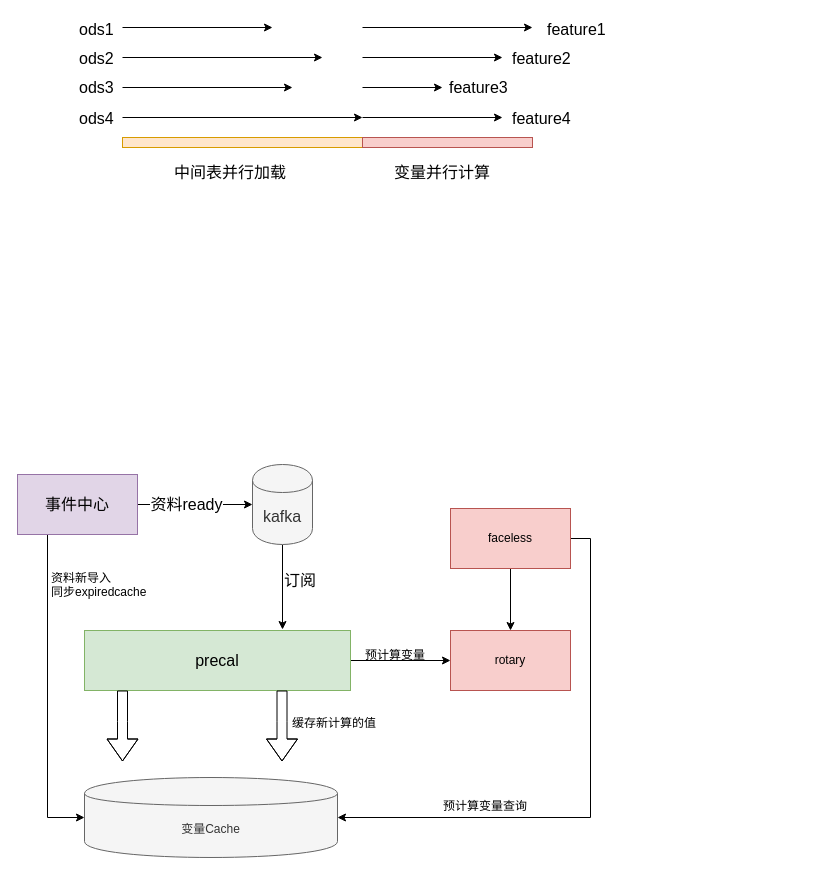
This is wacai-preload.drawio from jintianfan/draw-arc, a draw.io file, before an edit. Source tidied: cells renumbered, new cells numbered last; positions are measured from the earlier drawing's top-left corner, leaving out a move shared by most shapes. Both pictures are drawn from the tidied source at 100%, with x=0, y=0 at pixel (17, 17).
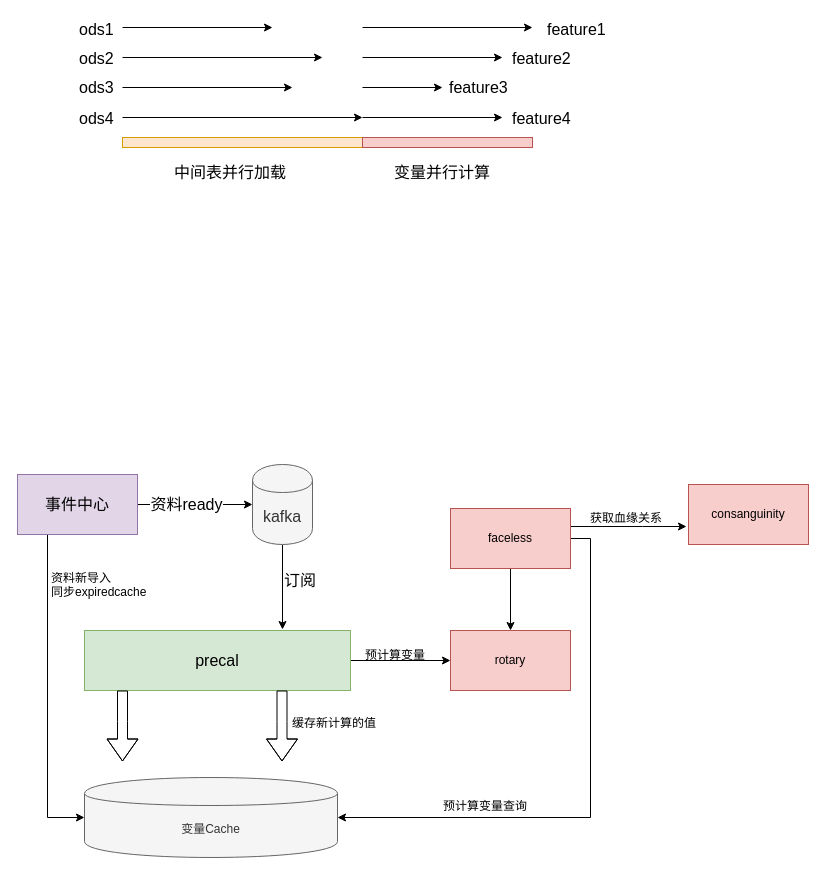
Above is the later version.

Diff of the diagram source:
```diff
@@
+    <mxCell id="42" style="edgeStyle=orthogonalEdgeStyle;rounded=0;orthogonalLoop=1;jettySize=auto;html=1;exitX=1;exitY=0.5;exitDx=0;exitDy=0;" parent="1" edge="1">
+      <mxGeometry relative="1" as="geometry">
+        <mxPoint x="553" y="494" as="sourcePoint" />
+        <mxPoint x="669" y="509" as="targetPoint" />
+        <Array as="points">
+          <mxPoint x="553" y="509" />
+          <mxPoint x="625" y="509" />
+        </Array>
+      </mxGeometry>
+    </mxCell>
@@
+    <mxCell id="43" value="consanguinity" style="rounded=0;whiteSpace=wrap;html=1;fillColor=#f8cecc;strokeColor=#b85450;" parent="1" vertex="1">
+      <mxGeometry x="671" y="467" width="120" height="60" as="geometry" />
+    </mxCell>
+    <mxCell id="44" value="获取血缘关系" style="text;html=1;align=left;verticalAlign=top;spacingTop=-4;" parent="1" vertex="1">
+      <mxGeometry x="571" y="491" width="82" height="14" as="geometry" />
+    </mxCell>
```
